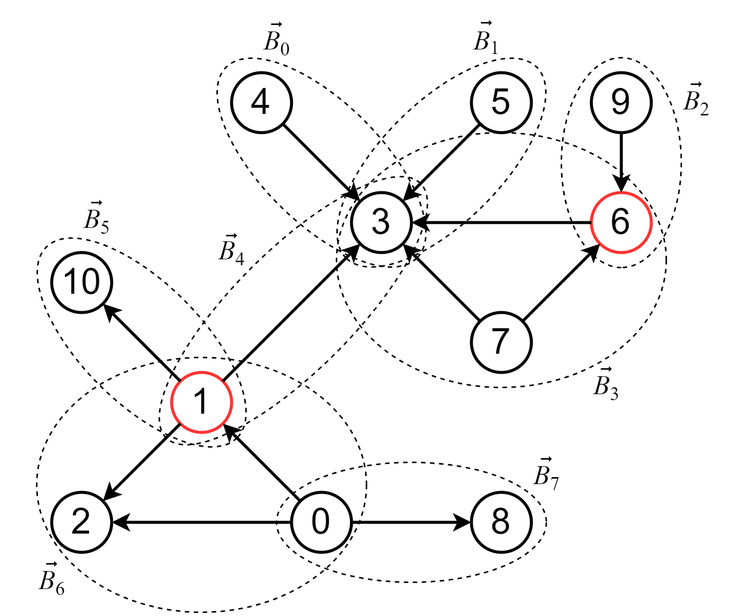
This is thesis/images/graph_components.png from IC-99/book-embeddings, a draw.io export, as it was before one commit. Source tidied: cells renumbered, new cells last; positions are measured from the earlier drawing's top-left corner, leaving out a move shared by most shapes.
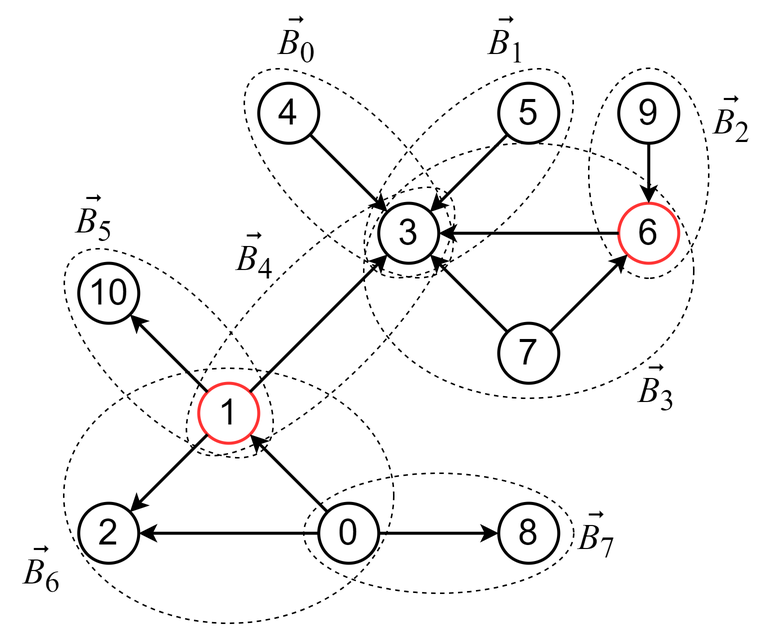
Later version of the same file.

Diff of the diagram source:
```diff
@@ -95,53 +95,53 @@
     <mxCell id="32" style="ellipse;whiteSpace=wrap;html=1;fillColor=none;dashed=1;rotation=-225;" parent="1" vertex="1">
       <mxGeometry x="200" y="66" width="180" height="80" as="geometry" />
     </mxCell>
+    <mxCell id="35" value="&lt;span style=&quot;font-size: 24px; font-style: italic;&quot;&gt;B&lt;/span&gt;&lt;sub style=&quot;&quot;&gt;&lt;font style=&quot;font-size: 20px;&quot;&gt;2&lt;/font&gt;&lt;/sub&gt;" style="text;html=1;align=center;verticalAlign=middle;strokeColor=none;fillColor=none;strokeWidth=1;fontFamily=Times New Roman;fontStyle=0;fontSize=24;" parent="1" vertex="1">
+      <mxGeometry x="440" y="49" width="50" height="50" as="geometry" />
+    </mxCell>
+    <mxCell id="49" value="&lt;var class=&quot;vector&quot;&gt;&lt;span&gt;&lt;font style=&quot;font-size: 24px;&quot;&gt;⃗&lt;/font&gt;&lt;/span&gt;&lt;/var&gt;" style="text;html=1;align=center;verticalAlign=middle;strokeColor=none;fillColor=none;fontFamily=Times New Roman;" parent="1" vertex="1">
+      <mxGeometry x="455" y="46" width="20" height="40" as="geometry" />
+    </mxCell>
+    <mxCell id="34" value="&lt;span style=&quot;font-size: 24px; font-style: italic;&quot;&gt;B&lt;/span&gt;&lt;sub style=&quot;&quot;&gt;&lt;font style=&quot;font-size: 20px;&quot;&gt;0&lt;/font&gt;&lt;/sub&gt;" style="text;html=1;align=center;verticalAlign=middle;strokeColor=none;fillColor=none;strokeWidth=1;fontFamily=Times New Roman;fontStyle=0;fontSize=24;" parent="1" vertex="1">
+      <mxGeometry x="150" y="-4" width="50" height="50" as="geometry" />
+    </mxCell>
+    <mxCell id="50" value="&lt;var class=&quot;vector&quot;&gt;&lt;span&gt;&lt;font style=&quot;font-size: 24px;&quot;&gt;⃗&lt;/font&gt;&lt;/span&gt;&lt;/var&gt;" style="text;html=1;align=center;verticalAlign=middle;strokeColor=none;fillColor=none;fontFamily=Times New Roman;" parent="1" vertex="1">
+      <mxGeometry x="165" y="-7" width="20" height="40" as="geometry" />
+    </mxCell>
-    <mxCell id="33" value="&lt;i style=&quot;font-size: 18px;&quot;&gt;B&lt;/i&gt;&lt;sub style=&quot;&quot;&gt;&lt;font style=&quot;font-size: 12.5px;&quot;&gt;1&lt;/font&gt;&lt;/sub&gt;" style="text;html=1;align=center;verticalAlign=middle;strokeColor=none;fillColor=none;strokeWidth=1;fontFamily=Times New Roman;fontStyle=0;" parent="1" vertex="1">
-      <mxGeometry x="300" y="6" width="40" height="40" as="geometry" />
+    <mxCell id="33" value="&lt;span style=&quot;font-size: 24px; font-style: italic;&quot;&gt;B&lt;/span&gt;&lt;sub style=&quot;&quot;&gt;&lt;font style=&quot;font-size: 20px;&quot;&gt;1&lt;/font&gt;&lt;/sub&gt;" style="text;html=1;align=center;verticalAlign=middle;strokeColor=none;fillColor=none;strokeWidth=1;fontFamily=Times New Roman;fontStyle=0;fontSize=24;" parent="1" vertex="1">
+      <mxGeometry x="290" y="-4" width="50" height="50" as="geometry" />
     </mxCell>
-    <mxCell id="34" value="&lt;span style=&quot;&quot;&gt;&lt;span style=&quot;font-style: italic; font-size: 18px;&quot;&gt;B&lt;/span&gt;&lt;span style=&quot;font-size: 15px;&quot;&gt;&lt;sub style=&quot;&quot;&gt;0&lt;/sub&gt;&lt;/span&gt;&lt;/span&gt;" style="text;html=1;align=center;verticalAlign=middle;strokeColor=none;fillColor=none;strokeWidth=1;fontFamily=Times New Roman;fontStyle=0;" parent="1" vertex="1">
-      <mxGeometry x="160" y="6" width="40" height="40" as="geometry" />
-    </mxCell>
-    <mxCell id="35" value="&lt;span style=&quot;&quot;&gt;&lt;span style=&quot;font-style: italic; font-size: 18px;&quot;&gt;B&lt;/span&gt;&lt;span style=&quot;font-size: 15px;&quot;&gt;&lt;sub style=&quot;&quot;&gt;2&lt;/sub&gt;&lt;/span&gt;&lt;/span&gt;" style="text;html=1;align=center;verticalAlign=middle;strokeColor=none;fillColor=none;strokeWidth=1;fontFamily=Times New Roman;fontStyle=0;" parent="1" vertex="1">
-      <mxGeometry x="440" y="46" width="40" height="40" as="geometry" />
-    </mxCell>
+    <mxCell id="51" value="&lt;var class=&quot;vector&quot;&gt;&lt;span&gt;&lt;font style=&quot;font-size: 24px;&quot;&gt;⃗&lt;/font&gt;&lt;/span&gt;&lt;/var&gt;" style="text;html=1;align=center;verticalAlign=middle;strokeColor=none;fillColor=none;fontFamily=Times New Roman;" parent="1" vertex="1">
+      <mxGeometry x="305" y="-7" width="20" height="40" as="geometry" />
+    </mxCell>
-    <mxCell id="36" value="&lt;span style=&quot;&quot;&gt;&lt;span style=&quot;font-style: italic; font-size: 18px;&quot;&gt;B&lt;/span&gt;&lt;span style=&quot;font-size: 15px;&quot;&gt;&lt;sub style=&quot;&quot;&gt;3&lt;/sub&gt;&lt;/span&gt;&lt;/span&gt;" style="text;html=1;align=center;verticalAlign=middle;strokeColor=none;fillColor=none;strokeWidth=1;fontFamily=Times New Roman;fontStyle=0;" parent="1" vertex="1">
-      <mxGeometry x="380" y="236" width="40" height="40" as="geometry" />
+    <mxCell id="36" value="&lt;span style=&quot;font-size: 24px; font-style: italic;&quot;&gt;B&lt;/span&gt;&lt;sub style=&quot;&quot;&gt;&lt;font style=&quot;font-size: 20px;&quot;&gt;3&lt;/font&gt;&lt;/sub&gt;" style="text;html=1;align=center;verticalAlign=middle;strokeColor=none;fillColor=none;strokeWidth=1;fontFamily=Times New Roman;fontStyle=0;fontSize=24;" parent="1" vertex="1">
+      <mxGeometry x="390" y="228" width="50" height="50" as="geometry" />
     </mxCell>
+    <mxCell id="52" value="&lt;var class=&quot;vector&quot;&gt;&lt;span&gt;&lt;font style=&quot;font-size: 24px;&quot;&gt;⃗&lt;/font&gt;&lt;/span&gt;&lt;/var&gt;" style="text;html=1;align=center;verticalAlign=middle;strokeColor=none;fillColor=none;fontFamily=Times New Roman;" parent="1" vertex="1">
+      <mxGeometry x="405" y="225" width="20" height="40" as="geometry" />
+    </mxCell>
-    <mxCell id="37" value="&lt;span style=&quot;&quot;&gt;&lt;span style=&quot;font-style: italic; font-size: 18px;&quot;&gt;B&lt;/span&gt;&lt;span style=&quot;font-size: 15px;&quot;&gt;&lt;sub style=&quot;&quot;&gt;4&lt;/sub&gt;&lt;/span&gt;&lt;/span&gt;" style="text;html=1;align=center;verticalAlign=middle;strokeColor=none;fillColor=none;strokeWidth=1;fontFamily=Times New Roman;fontStyle=0;" parent="1" vertex="1">
-      <mxGeometry x="130" y="146" width="40" height="40" as="geometry" />
+    <mxCell id="37" value="&lt;span style=&quot;font-size: 24px; font-style: italic;&quot;&gt;B&lt;/span&gt;&lt;sub style=&quot;&quot;&gt;&lt;font style=&quot;font-size: 20px;&quot;&gt;4&lt;/font&gt;&lt;/sub&gt;" style="text;html=1;align=center;verticalAlign=middle;strokeColor=none;fillColor=none;strokeWidth=1;fontFamily=Times New Roman;fontStyle=0;fontSize=24;" parent="1" vertex="1">
+      <mxGeometry x="122" y="140" width="50" height="50" as="geometry" />
     </mxCell>
+    <mxCell id="53" value="&lt;var class=&quot;vector&quot;&gt;&lt;span&gt;&lt;font style=&quot;font-size: 24px;&quot;&gt;⃗&lt;/font&gt;&lt;/span&gt;&lt;/var&gt;" style="text;html=1;align=center;verticalAlign=middle;strokeColor=none;fillColor=none;fontFamily=Times New Roman;" parent="1" vertex="1">
+      <mxGeometry x="137" y="137" width="20" height="40" as="geometry" />
+    </mxCell>
-    <mxCell id="38" value="&lt;span style=&quot;&quot;&gt;&lt;span style=&quot;font-style: italic; font-size: 18px;&quot;&gt;B&lt;/span&gt;&lt;span style=&quot;font-size: 15px;&quot;&gt;&lt;sub style=&quot;&quot;&gt;5&lt;/sub&gt;&lt;/span&gt;&lt;/span&gt;" style="text;html=1;align=center;verticalAlign=middle;strokeColor=none;fillColor=none;strokeWidth=1;fontFamily=Times New Roman;fontStyle=0;" parent="1" vertex="1">
-      <mxGeometry x="40" y="124.8" width="40" height="40" as="geometry" />
+    <mxCell id="38" value="&lt;span style=&quot;font-size: 24px; font-style: italic;&quot;&gt;B&lt;/span&gt;&lt;sub style=&quot;&quot;&gt;&lt;font style=&quot;font-size: 20px;&quot;&gt;5&lt;/font&gt;&lt;/sub&gt;" style="text;html=1;align=center;verticalAlign=middle;strokeColor=none;fillColor=none;strokeWidth=1;fontFamily=Times New Roman;fontStyle=0;fontSize=24;" parent="1" vertex="1">
+      <mxGeometry x="15" y="114.8" width="50" height="50" as="geometry" />
     </mxCell>
+    <mxCell id="54" value="&lt;var class=&quot;vector&quot;&gt;&lt;span&gt;&lt;font style=&quot;font-size: 24px;&quot;&gt;⃗&lt;/font&gt;&lt;/span&gt;&lt;/var&gt;" style="text;html=1;align=center;verticalAlign=middle;strokeColor=none;fillColor=none;fontFamily=Times New Roman;" parent="1" vertex="1">
+      <mxGeometry x="30" y="111.8" width="20" height="40" as="geometry" />
+    </mxCell>
-    <mxCell id="39" value="&lt;span style=&quot;&quot;&gt;&lt;span style=&quot;font-style: italic; font-size: 18px;&quot;&gt;B&lt;/span&gt;&lt;span style=&quot;font-size: 15px;&quot;&gt;&lt;sub style=&quot;&quot;&gt;6&lt;/sub&gt;&lt;/span&gt;&lt;/span&gt;" style="text;html=1;align=center;verticalAlign=middle;strokeColor=none;fillColor=none;strokeWidth=1;fontFamily=Times New Roman;fontStyle=0;" parent="1" vertex="1">
-      <mxGeometry x="10" y="366" width="40" height="40" as="geometry" />
+    <mxCell id="39" value="&lt;span style=&quot;font-size: 24px; font-style: italic;&quot;&gt;B&lt;/span&gt;&lt;sub style=&quot;&quot;&gt;&lt;font style=&quot;font-size: 20px;&quot;&gt;6&lt;/font&gt;&lt;/sub&gt;" style="text;html=1;align=center;verticalAlign=middle;strokeColor=none;fillColor=none;strokeWidth=1;fontFamily=Times New Roman;fontStyle=0;fontSize=24;" parent="1" vertex="1">
+      <mxGeometry x="-20" y="349" width="50" height="50" as="geometry" />
     </mxCell>
+    <mxCell id="55" value="&lt;var class=&quot;vector&quot;&gt;&lt;span&gt;&lt;font style=&quot;font-size: 24px;&quot;&gt;⃗&lt;/font&gt;&lt;/span&gt;&lt;/var&gt;" style="text;html=1;align=center;verticalAlign=middle;strokeColor=none;fillColor=none;fontFamily=Times New Roman;" parent="1" vertex="1">
+      <mxGeometry x="-5" y="346" width="20" height="40" as="geometry" />
+    </mxCell>
-    <mxCell id="40" value="&lt;span style=&quot;&quot;&gt;&lt;span style=&quot;font-style: italic; font-size: 18px;&quot;&gt;B&lt;/span&gt;&lt;span style=&quot;font-size: 15px;&quot;&gt;&lt;sub style=&quot;&quot;&gt;7&lt;/sub&gt;&lt;/span&gt;&lt;/span&gt;" style="text;html=1;align=center;verticalAlign=middle;strokeColor=none;fillColor=none;strokeWidth=1;fontFamily=Times New Roman;fontStyle=0;" parent="1" vertex="1">
-      <mxGeometry x="340" y="296" width="40" height="40" as="geometry" />
+    <mxCell id="40" value="&lt;span style=&quot;font-size: 24px; font-style: italic;&quot;&gt;B&lt;/span&gt;&lt;sub style=&quot;&quot;&gt;&lt;font style=&quot;font-size: 20px;&quot;&gt;7&lt;/font&gt;&lt;/sub&gt;" style="text;html=1;align=center;verticalAlign=middle;strokeColor=none;fillColor=none;strokeWidth=1;fontFamily=Times New Roman;fontStyle=0;fontSize=24;" parent="1" vertex="1">
+      <mxGeometry x="350" y="326" width="50" height="50" as="geometry" />
     </mxCell>
-    <mxCell id="41" value="&lt;var class=&quot;vector&quot;&gt;&lt;span&gt;&lt;font style=&quot;font-size: 18px;&quot;&gt;⃗&lt;/font&gt;&lt;/span&gt;&lt;/var&gt;" style="text;html=1;align=center;verticalAlign=middle;strokeColor=none;fillColor=none;fontFamily=Times New Roman;fontStyle=0;" parent="1" vertex="1">
-      <mxGeometry x="450" y="41" width="20" height="40" as="geometry" />
-    </mxCell>
-    <mxCell id="42" value="&lt;var class=&quot;vector&quot;&gt;&lt;span&gt;&lt;font style=&quot;font-size: 18px;&quot;&gt;⃗&lt;/font&gt;&lt;/span&gt;&lt;/var&gt;" style="text;html=1;align=center;verticalAlign=middle;strokeColor=none;fillColor=none;fontFamily=Times New Roman;" parent="1" vertex="1">
-      <mxGeometry x="310" width="20" height="40" as="geometry" />
-    </mxCell>
-    <mxCell id="43" value="&lt;var class=&quot;vector&quot;&gt;&lt;span&gt;&lt;font style=&quot;font-size: 18px;&quot;&gt;⃗&lt;/font&gt;&lt;/span&gt;&lt;/var&gt;" style="text;html=1;align=center;verticalAlign=middle;strokeColor=none;fillColor=none;fontFamily=Times New Roman;" parent="1" vertex="1">
-      <mxGeometry x="170" y="1" width="20" height="40" as="geometry" />
-    </mxCell>
-    <mxCell id="44" value="&lt;var class=&quot;vector&quot;&gt;&lt;span&gt;&lt;font style=&quot;font-size: 18px;&quot;&gt;⃗&lt;/font&gt;&lt;/span&gt;&lt;/var&gt;" style="text;html=1;align=center;verticalAlign=middle;strokeColor=none;fillColor=none;fontFamily=Times New Roman;" parent="1" vertex="1">
-      <mxGeometry x="140" y="142" width="20" height="40" as="geometry" />
-    </mxCell>
-    <mxCell id="45" value="&lt;var class=&quot;vector&quot;&gt;&lt;span&gt;&lt;font style=&quot;font-size: 18px;&quot;&gt;⃗&lt;/font&gt;&lt;/span&gt;&lt;/var&gt;" style="text;html=1;align=center;verticalAlign=middle;strokeColor=none;fillColor=none;fontFamily=Times New Roman;" parent="1" vertex="1">
-      <mxGeometry x="50" y="120" width="20" height="40" as="geometry" />
-    </mxCell>
-    <mxCell id="46" value="&lt;var class=&quot;vector&quot;&gt;&lt;span&gt;&lt;font style=&quot;font-size: 18px;&quot;&gt;⃗&lt;/font&gt;&lt;/span&gt;&lt;/var&gt;" style="text;html=1;align=center;verticalAlign=middle;strokeColor=none;fillColor=none;fontFamily=Times New Roman;" parent="1" vertex="1">
-      <mxGeometry x="390" y="231" width="20" height="40" as="geometry" />
-    </mxCell>
-    <mxCell id="47" value="&lt;var class=&quot;vector&quot;&gt;&lt;span&gt;&lt;font style=&quot;font-size: 18px;&quot;&gt;⃗&lt;/font&gt;&lt;/span&gt;&lt;/var&gt;" style="text;html=1;align=center;verticalAlign=middle;strokeColor=none;fillColor=none;fontFamily=Times New Roman;" parent="1" vertex="1">
-      <mxGeometry x="350" y="291" width="20" height="40" as="geometry" />
-    </mxCell>
-    <mxCell id="48" value="&lt;var class=&quot;vector&quot;&gt;&lt;span&gt;&lt;font style=&quot;font-size: 18px;&quot;&gt;⃗&lt;/font&gt;&lt;/span&gt;&lt;/var&gt;" style="text;html=1;align=center;verticalAlign=middle;strokeColor=none;fillColor=none;fontFamily=Times New Roman;" parent="1" vertex="1">
-      <mxGeometry x="20" y="361" width="20" height="40" as="geometry" />
-    </mxCell>
+    <mxCell id="56" value="&lt;var class=&quot;vector&quot;&gt;&lt;span&gt;&lt;font style=&quot;font-size: 24px;&quot;&gt;⃗&lt;/font&gt;&lt;/span&gt;&lt;/var&gt;" style="text;html=1;align=center;verticalAlign=middle;strokeColor=none;fillColor=none;fontFamily=Times New Roman;" parent="1" vertex="1">
+      <mxGeometry x="365" y="323" width="20" height="40" as="geometry" />
+    </mxCell>
   </root>
 </mxGraphModel>
```
